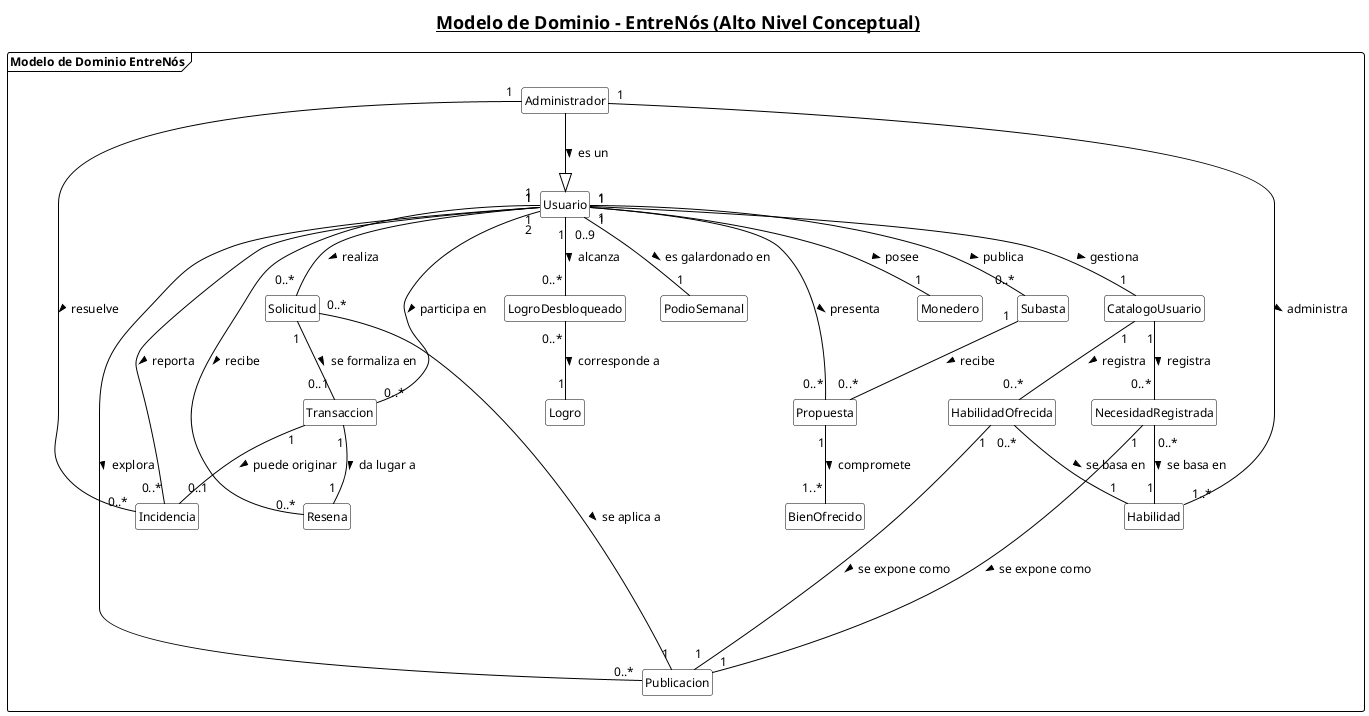
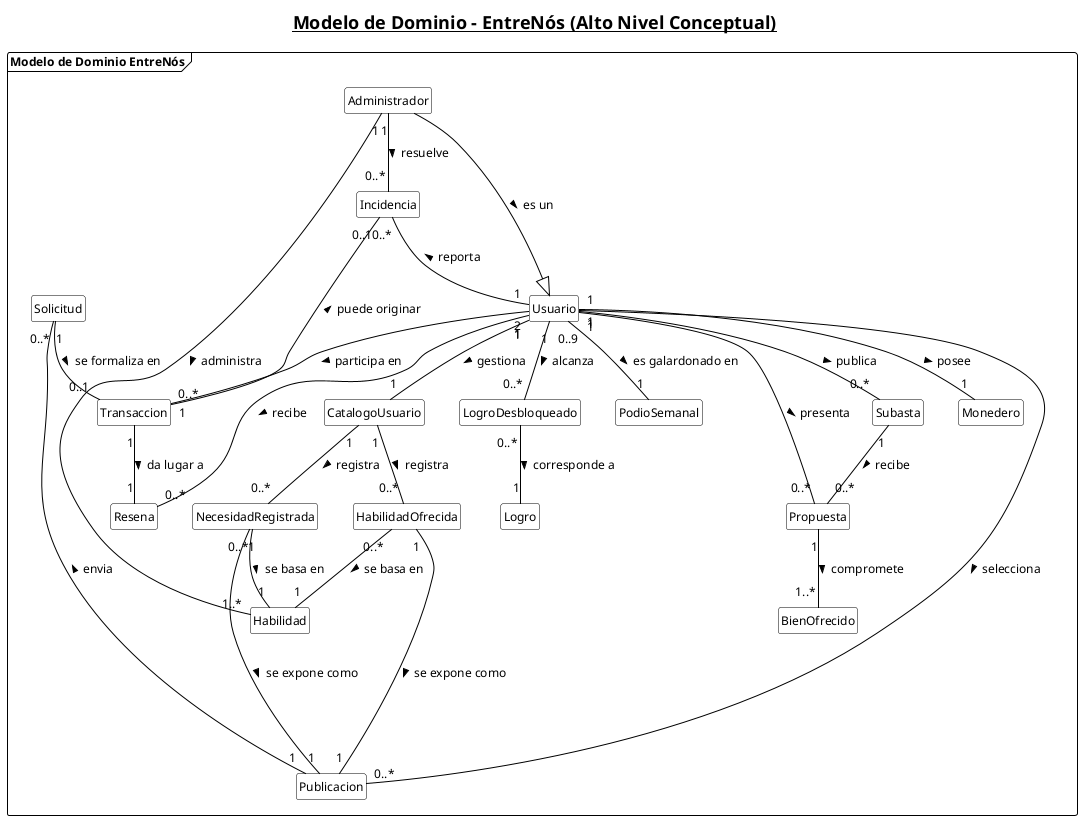
@startuml

skinparam orthogonalLayoutStrategy none
skinparam DefaultFontName Arial
skinparam DefaultFontSize 12
skinparam class {
    BackgroundColor White
    ArrowColor Black
    BorderColor Black
}

skinparam title {
    FontSize 18
}

skinparam frame {
    BorderColor Black
    FontColor Black
    BackgroundColor White
}

hide empty members
hide methods
hide circle

title __Modelo de Dominio - EntreNós (Alto Nivel Conceptual)__
frame "Modelo de Dominio EntreNós" {

class Usuario
class Monedero
class CatalogoUsuario
class Habilidad
class HabilidadOfrecida
class NecesidadRegistrada
class Publicacion
class Solicitud
class Transaccion
class Resena
class Subasta
class Propuesta
class BienOfrecido
class Incidencia
class LogroDesbloqueado
class Logro
class PodioSemanal
class Administrador

'class Cancelacion
'
'Usuario "1" -- "0..*" Cancelacion : "solicita >"
'Cancelacion "0..1" -- "1" Transaccion : "anula >"

' --- GOBERNANZA, MODERACIÓN Y SEGURIDAD ---
Administrador --|> Usuario : "es un >"
Administrador "1" -- "1..*" Habilidad : "administra >"
Administrador "1" -- "0..*" Incidencia : "resuelve >"
- Usuario "1" -- "0..*" Incidencia : "reporta >"
+ Usuario "1" -up- "0..*" Incidencia : "reporta >"
Transaccion "1" -- "0..1" Incidencia : "puede originar >"

' --- IDENTIDAD, CONFIGURACIÓN Y CAPACIDADES ---
Usuario "1" -- "1" Monedero : "posee >"
Usuario "1" -- "1" CatalogoUsuario : "gestiona >"
CatalogoUsuario "1" -- "0..*" HabilidadOfrecida : "registra >"
CatalogoUsuario "1" -- "0..*" NecesidadRegistrada : "registra >"
HabilidadOfrecida "0..*" -- "1" Habilidad : "se basa en >"
NecesidadRegistrada "0..*" -- "1" Habilidad : "se basa en >"

' --- EL MURO Y LA INTERACCIÓN COMUNITARIA ---
HabilidadOfrecida "1" ---- "1" Publicacion : "se expone como >"
NecesidadRegistrada "1" --- "1" Publicacion : "se expone como >"
- Usuario "1" -- "0..*" Publicacion : "explora >"
+ Usuario "1" -- "0..*" Publicacion : "selecciona >"

' --- FLUJO TRANSACCIONAL DE SERVICIOS (Trueque de Tiempo) ---
- Usuario "1" -- "0..*" Solicitud : "realiza >"
- Solicitud "0..*" -- "1" Publicacion : "se aplica a >"
+ 'Usuario "1" -- "0..*" Solicitud : "realiza >"
+ Solicitud "0..*" -- "1" Publicacion : "envia <"
Solicitud "1" -- "0..1" Transaccion : "se formaliza en >"
Usuario "2" -- "0..*" Transaccion : "participa en >"
Transaccion "1" -- "1" Resena : "da lugar a >"
Usuario "1" -- "0..*" Resena : "recibe >"

' --- DINÁMICA DE SUBASTAS (Trueque de Bienes Tangibles) ---
Usuario "1" -- "0..*" Subasta : "publica >"
Subasta "1" -- "0..*" Propuesta : "recibe >"
Propuesta "0..*" -- "1" Usuario : "presenta <"
Propuesta "1" -- "1..*" BienOfrecido : "compromete >"

' --- GAMIFICACIÓN, REPUTACIÓN Y FIDELIZACIÓN ---
Usuario "1" -- "0..*" LogroDesbloqueado : "alcanza >"
LogroDesbloqueado "0..*" -- "1" Logro : "corresponde a >"
Usuario "0..9" -- "1" PodioSemanal : "es galardonado en >"

}

@enduml